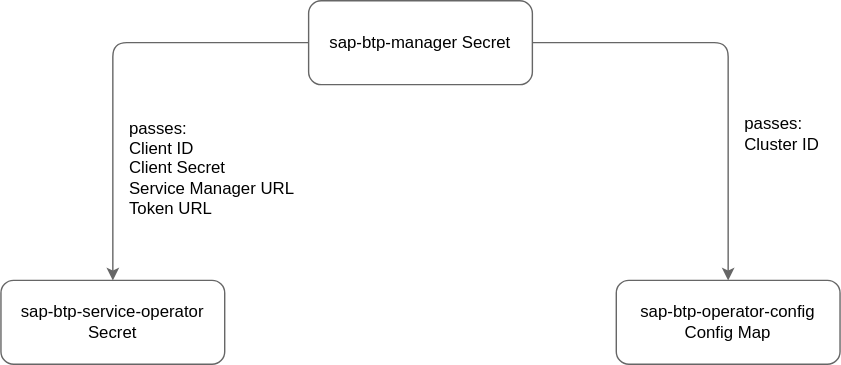
The draw.io diagram docs/assets/module_credentials.drawio.svg in kyma-project/btp-manager, before a commit. Source tidied: cells renumbered, new cells last; positions are measured from the earlier drawing's top-left corner, leaving out a move shared by most shapes.
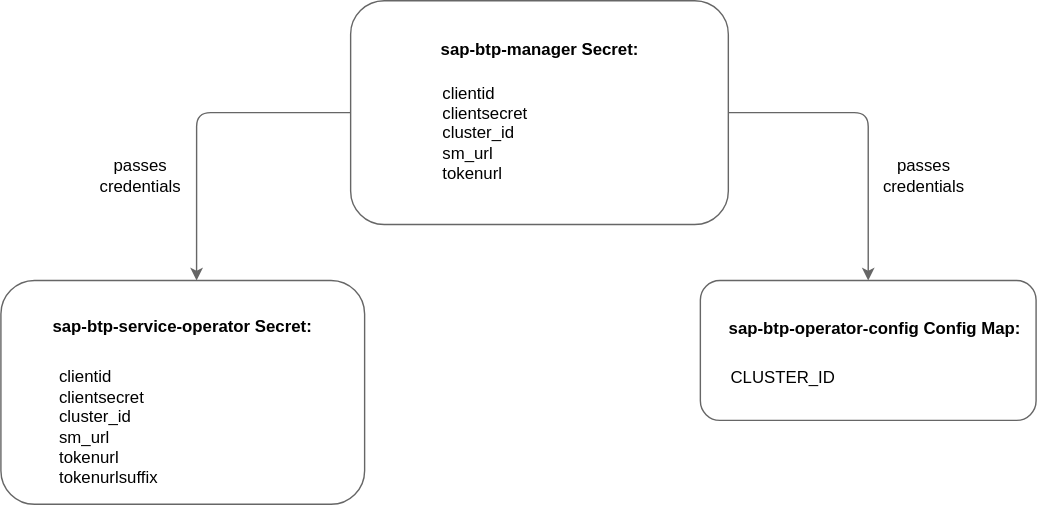
Later version of the same file.

The edit, as a diff of the source:
```diff
@@ -1,27 +1,45 @@
-<mxGraphModel background="#ffffff">
+<mxGraphModel>
   <root>
     <mxCell id="0" />
     <mxCell id="1" parent="0" />
-    <mxCell id="2" style="edgeStyle=orthogonalEdgeStyle;rounded=1;jettySize=auto;html=1;entryX=0.5;entryY=0;entryDx=0;entryDy=0;strokeColor=#666666;curved=0;" parent="1" edge="1" source="4" target="5">
+    <mxCell id="2" style="edgeStyle=orthogonalEdgeStyle;rounded=1;jettySize=auto;html=1;entryX=0.538;entryY=0;entryDx=0;entryDy=0;entryPerimeter=0;exitX=0;exitY=0.5;exitDx=0;exitDy=0;strokeColor=#666666;curved=0;" parent="1" edge="1" source="4" target="5">
       <mxGeometry relative="1" as="geometry" />
     </mxCell>
-    <mxCell id="3" style="edgeStyle=orthogonalEdgeStyle;rounded=1;jettySize=auto;html=1;entryX=0.5;entryY=0;entryDx=0;entryDy=0;strokeColor=#666666;curved=0;" parent="1" edge="1" source="4" target="6">
+    <mxCell id="3" style="edgeStyle=orthogonalEdgeStyle;rounded=1;jettySize=auto;html=1;entryX=0.5;entryY=0;entryDx=0;entryDy=0;exitX=1;exitY=0.5;exitDx=0;exitDy=0;strokeColor=#666666;curved=0;" parent="1" edge="1" source="4" target="6">
       <mxGeometry relative="1" as="geometry" />
     </mxCell>
-    <mxCell id="4" value="sap-btp-manager Secret" style="rounded=1;whiteSpace=wrap;html=1;strokeColor=#666666;" parent="1" vertex="1">
-      <mxGeometry x="220" width="160" height="60" as="geometry" />
+    <mxCell id="4" style="rounded=1;whiteSpace=wrap;html=1;strokeColor=#666666;" parent="1" vertex="1">
+      <mxGeometry x="190" width="270" height="160" as="geometry" />
     </mxCell>
-    <mxCell id="5" value="sap-btp-service-operator Secret" style="rounded=1;whiteSpace=wrap;html=1;strokeColor=#666666;" parent="1" vertex="1">
-      <mxGeometry y="200" width="160" height="60" as="geometry" />
+    <mxCell id="5" style="rounded=1;whiteSpace=wrap;html=1;strokeColor=#666666;" parent="1" vertex="1">
+      <mxGeometry x="-60" y="200" width="260" height="160" as="geometry" />
     </mxCell>
-    <mxCell id="6" value="sap-btp-operator-config Config Map" style="rounded=1;whiteSpace=wrap;html=1;strokeColor=#666666;" parent="1" vertex="1">
-      <mxGeometry x="440" y="200" width="160" height="60" as="geometry" />
+    <mxCell id="6" style="rounded=1;whiteSpace=wrap;html=1;strokeColor=#666666;align=left;arcSize=14;" parent="1" vertex="1">
+      <mxGeometry x="440" y="200" width="240" height="100" as="geometry" />
     </mxCell>
-    <mxCell id="7" value="passes: Cluster ID" style="text;html=1;align=left;verticalAlign=middle;whiteSpace=wrap;rounded=0;" parent="1" vertex="1">
-      <mxGeometry x="530" y="80" width="60" height="30" as="geometry" />
-    </mxCell>
-    <mxCell id="8" value="passes:&amp;nbsp;&lt;div&gt;Client ID&amp;nbsp;&lt;/div&gt;&lt;div&gt;Client Secret&amp;nbsp;&lt;/div&gt;&lt;div&gt;Service Manager URL&lt;/div&gt;&lt;div&gt;Token URL&lt;/div&gt;" style="text;html=1;align=left;verticalAlign=middle;whiteSpace=wrap;rounded=0;" parent="1" vertex="1">
-      <mxGeometry x="90" y="80" width="130" height="80" as="geometry" />
-    </mxCell>
+    <mxCell id="9" value="&lt;span style=&quot;text-align: left;&quot;&gt;&lt;b&gt;sap-btp-operator-config Config Map:&lt;/b&gt;&lt;/span&gt;" style="text;html=1;align=center;verticalAlign=middle;whiteSpace=wrap;rounded=0;" parent="1" vertex="1">
+      <mxGeometry x="455" y="210" width="220" height="50" as="geometry" />
+    </mxCell>
+    <mxCell id="10" value="&lt;font style=&quot;font-size: 12px;&quot;&gt;&lt;b&gt;sap-btp-service-operator Secret:&lt;/b&gt;&lt;/font&gt;" style="text;html=1;align=center;verticalAlign=middle;whiteSpace=wrap;rounded=0;" parent="1" vertex="1">
+      <mxGeometry x="-25" y="210" width="190" height="45" as="geometry" />
+    </mxCell>
+    <mxCell id="11" value="&lt;font size=&quot;1&quot; style=&quot;&quot;&gt;&lt;b style=&quot;font-size: 12px;&quot;&gt;sap-btp-manager Secret:&lt;/b&gt;&lt;/font&gt;" style="text;html=1;align=center;verticalAlign=middle;whiteSpace=wrap;rounded=0;" parent="1" vertex="1">
+      <mxGeometry x="242.5" y="20" width="165" height="30" as="geometry" />
+    </mxCell>
+    <mxCell id="12" value="clientid&lt;div&gt;clientsecret&lt;/div&gt;&lt;div&gt;cluster_id&lt;/div&gt;&lt;div&gt;sm_url&lt;/div&gt;&lt;div&gt;tokenurl&lt;/div&gt;" style="text;html=1;align=left;verticalAlign=middle;whiteSpace=wrap;rounded=0;" parent="1" vertex="1">
+      <mxGeometry x="254" y="50" width="80" height="90" as="geometry" />
+    </mxCell>
+    <mxCell id="13" value="clientid&lt;div&gt;clientsecret&lt;/div&gt;&lt;div&gt;cluster_id&lt;/div&gt;&lt;div&gt;sm_url&lt;/div&gt;&lt;div&gt;tokenurl&lt;/div&gt;&lt;div&gt;tokenurlsuffix&lt;/div&gt;" style="text;html=1;align=left;verticalAlign=middle;whiteSpace=wrap;rounded=0;" parent="1" vertex="1">
+      <mxGeometry x="-20" y="255" width="80" height="100" as="geometry" />
+    </mxCell>
+    <mxCell id="14" value="&lt;div&gt;CLUSTER_ID&lt;/div&gt;" style="text;html=1;align=left;verticalAlign=middle;whiteSpace=wrap;rounded=0;" parent="1" vertex="1">
+      <mxGeometry x="460" y="255" width="110" height="30" as="geometry" />
+    </mxCell>
+    <mxCell id="15" value="passes&lt;div&gt;credentials&lt;/div&gt;" style="text;html=1;align=center;verticalAlign=middle;whiteSpace=wrap;rounded=0;" parent="1" vertex="1">
+      <mxGeometry x="10" y="110" width="60" height="30" as="geometry" />
+    </mxCell>
+    <mxCell id="16" value="passes&lt;div&gt;credentials&lt;/div&gt;" style="text;html=1;align=center;verticalAlign=middle;whiteSpace=wrap;rounded=0;" parent="1" vertex="1">
+      <mxGeometry x="570" y="110" width="60" height="30" as="geometry" />
+    </mxCell>
   </root>
 </mxGraphModel>
```
